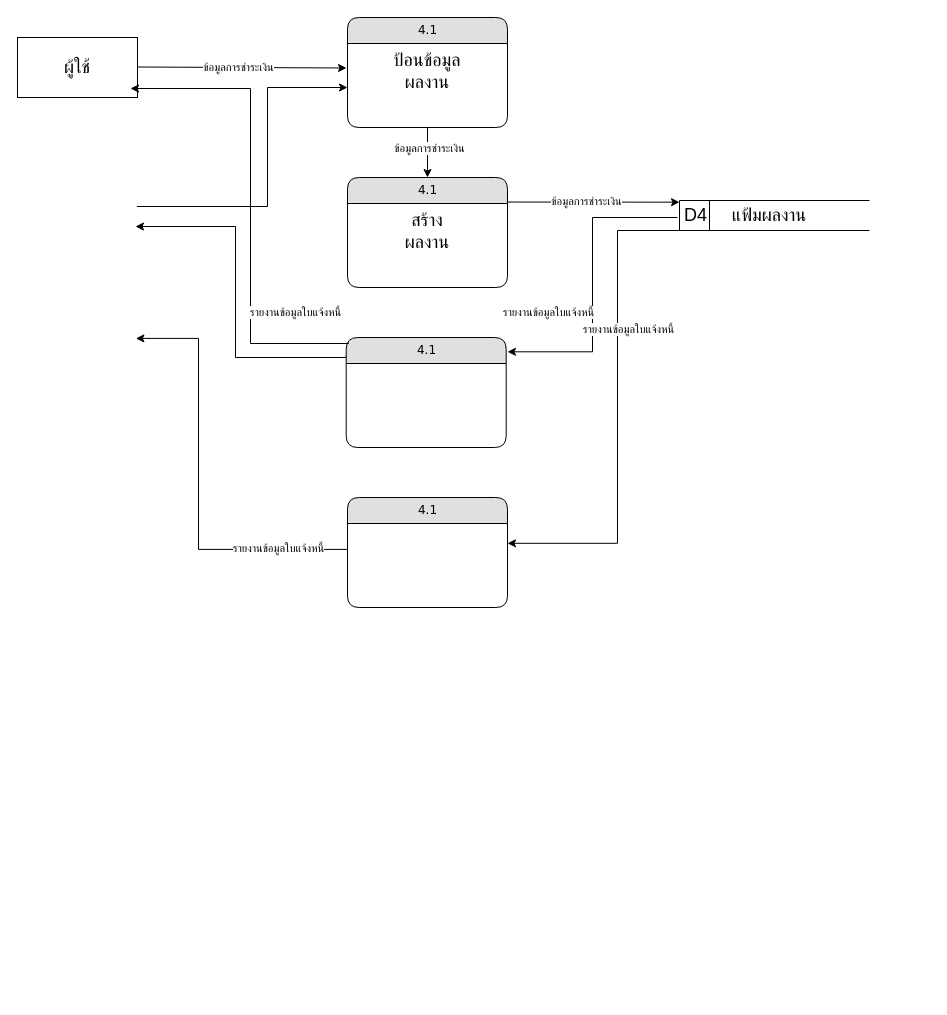
This is dataflow-pms-5.0.drawio from NewSnooker/it-udvc-pms, a draw.io file, before an edit. Source tidied: cells renumbered, new cells numbered last; positions are measured from the earlier drawing's top-left corner, leaving out a move shared by most shapes. Both pictures are drawn from the tidied source at 100%, with x=0, y=0 at pixel (17, 17).
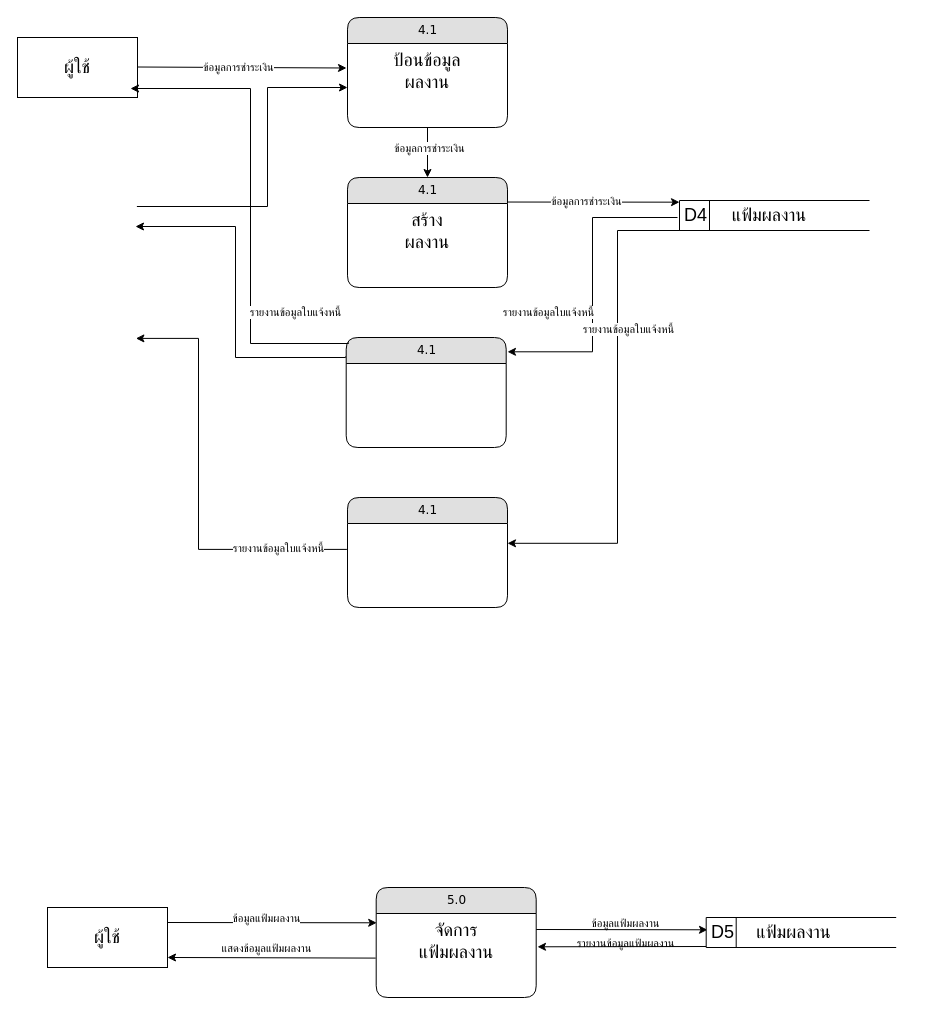
The same page after the edit.

Change to the diagram source:
```diff
@@
+    <mxCell id="28" value="5.0" style="swimlane;html=1;fontStyle=0;horizontal=1;startSize=26;fillColor=#e0e0e0;swimlaneFillColor=#ffffff;align=center;rounded=1;shadow=0;comic=0;labelBackgroundColor=none;strokeWidth=1;fontFamily=Verdana;fontSize=12;" parent="1" vertex="1">
+      <mxGeometry x="358.7" y="870" width="160" height="110" as="geometry" />
+    </mxCell>
+    <mxCell id="29" value="&lt;span style=&quot;font-size: 18px;&quot;&gt;จัดการ&lt;/span&gt;&lt;div&gt;&lt;span style=&quot;font-size: 18px;&quot;&gt;แฟ้มผลงาน&lt;/span&gt;&lt;/div&gt;" style="text;html=1;strokeColor=none;fillColor=none;spacingLeft=4;spacingRight=4;whiteSpace=wrap;overflow=hidden;align=center;" parent="28" vertex="1">
+      <mxGeometry y="26" width="160" height="54" as="geometry" />
+    </mxCell>
+    <mxCell id="30" value="&lt;span style=&quot;font-size: 18px; text-wrap-mode: nowrap;&quot;&gt;ผู้ใช้&lt;/span&gt;" style="rounded=0;whiteSpace=wrap;html=1;" parent="1" vertex="1">
+      <mxGeometry x="30" y="890" width="120" height="60" as="geometry" />
+    </mxCell>
+    <mxCell id="31" style="endArrow=classic;html=1;rounded=0;exitX=1;exitY=0.25;exitDx=0;exitDy=0;entryX=0.003;entryY=0.172;entryDx=0;entryDy=0;entryPerimeter=0;" parent="1" edge="1" source="30">
+      <mxGeometry relative="1" as="geometry">
+        <mxPoint x="359.2" y="905.3" as="targetPoint" />
+      </mxGeometry>
+    </mxCell>
+    <mxCell id="32" style="endArrow=classic;html=1;rounded=0;exitX=-0.003;exitY=0.826;exitDx=0;exitDy=0;entryX=1;entryY=0.833;entryDx=0;entryDy=0;entryPerimeter=0;exitPerimeter=0;" parent="1" edge="1" target="30">
+      <mxGeometry relative="1" as="geometry">
+        <mxPoint x="358.2" y="940.6" as="sourcePoint" />
+      </mxGeometry>
+    </mxCell>
+    <mxCell id="33" value="ข้อมูลแฟ้มผลงาน" style="edgeLabel;html=1;align=center;verticalAlign=middle;" parent="1" vertex="1">
+      <mxGeometry x="607.5" y="905" as="geometry" />
+    </mxCell>
+    <mxCell id="34" value="รายงานข้อมูลแฟ้มผลงาน" style="edgeLabel;html=1;align=center;verticalAlign=middle;" parent="1" vertex="1">
+      <mxGeometry x="607.5" y="925" as="geometry" />
+    </mxCell>
+    <mxCell id="35" value="ข้อมูลแฟ้มผลงาน" style="edgeLabel;html=1;align=center;verticalAlign=middle;" parent="1" vertex="1">
+      <mxGeometry x="248.5" y="900" as="geometry" />
+    </mxCell>
+    <mxCell id="36" value="แสดงข้อมูลแฟ้มผลงาน" style="edgeLabel;html=1;align=center;verticalAlign=middle;" parent="1" vertex="1">
+      <mxGeometry x="248.5" y="930" as="geometry" />
+    </mxCell>
+    <mxCell id="37" style="endArrow=classic;html=1;rounded=0;exitX=0.992;exitY=0.389;exitDx=0;exitDy=0;exitPerimeter=0;entryX=0;entryY=0.242;entryDx=0;entryDy=0;entryPerimeter=0;" parent="1" edge="1">
+      <mxGeometry relative="1" as="geometry">
+        <mxPoint x="518.7" y="912" as="sourcePoint" />
+        <mxPoint x="690" y="912.3" as="targetPoint" />
+      </mxGeometry>
+    </mxCell>
+    <mxCell id="38" style="endArrow=classic;html=1;rounded=0;exitX=-0.001;exitY=0.799;exitDx=0;exitDy=0;exitPerimeter=0;entryX=1;entryY=0.709;entryDx=0;entryDy=0;entryPerimeter=0;" parent="1" edge="1">
+      <mxGeometry relative="1" as="geometry">
+        <mxPoint x="689.8" y="929" as="sourcePoint" />
+        <mxPoint x="520" y="929.3" as="targetPoint" />
+      </mxGeometry>
+    </mxCell>
+    <mxCell id="39" style="group;" parent="1" vertex="1">
+      <mxGeometry x="688.7" y="900" width="190" height="30" as="geometry" />
+    </mxCell>
+    <mxCell id="40" value="&lt;font style=&quot;font-size: 18px;&quot;&gt;D5&lt;/font&gt;" style="html=1;dashed=0;whiteSpace=wrap;shape=mxgraph.dfd.dataStoreID;align=left;spacingLeft=3;" parent="39" vertex="1">
+      <mxGeometry width="190" height="30" as="geometry" />
+    </mxCell>
+    <mxCell id="41" value="&lt;div&gt;&lt;span style=&quot;font-size: 18px;&quot;&gt;แฟ้มผลงาน&lt;/span&gt;&lt;/div&gt;" style="text;strokeColor=none;align=center;fillColor=none;html=1;verticalAlign=middle;whiteSpace=wrap;rounded=0;" parent="39" vertex="1">
+      <mxGeometry x="35" width="105" height="30" as="geometry" />
+    </mxCell>
```
